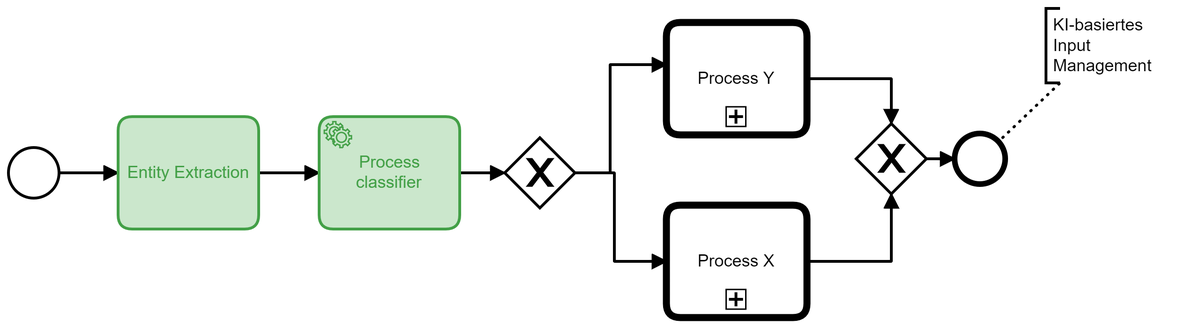
This is models/process-choice.png from viadee/bpmn.ai-patterns, a BPMN export, as it was before one commit. Its source is kept beside it as models/process-choice.bpmn. Ids are renumbered.
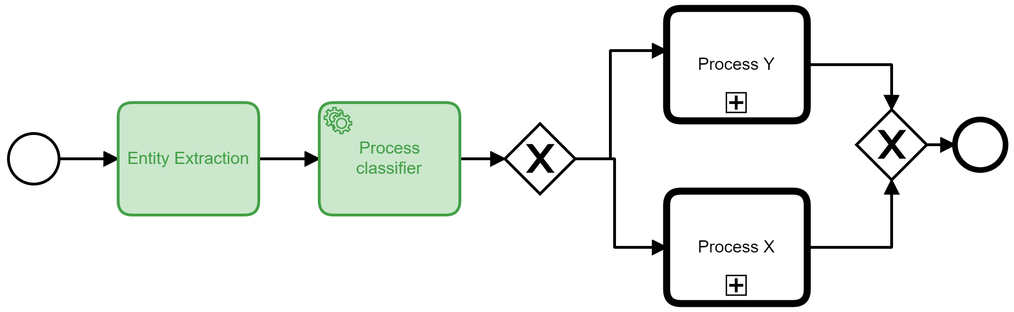
Later version of the same file.

Diff of the diagram source:
```diff
@@ -40,27 +40,28 @@
     <bpmn:sequenceFlow id="Flow_n13" sourceRef="Activity_n12" targetRef="Gateway_n18" />
     <bpmn:sequenceFlow id="Flow_n15" sourceRef="Activity_n14" targetRef="Gateway_n18" />
     <bpmn:sequenceFlow id="Flow_n17" sourceRef="Gateway_n18" targetRef="Event_n16" />
-    <bpmn:textAnnotation id="TextAnnotation_n19">
-      <bpmn:text>KI-basiertes Input Management</bpmn:text>
-    </bpmn:textAnnotation>
-    <bpmn:association id="Association_n20" sourceRef="Event_n16" targetRef="TextAnnotation_n19" />
   </bpmn:process>
   <bpmndi:BPMNDiagram id="BPMNDiagram_1">
     <bpmndi:BPMNPlane id="BPMNPlane_1" bpmnElement="Process_n2">
-      <bpmndi:BPMNShape id="TextAnnotation_n19_di" bpmnElement="TextAnnotation_n19">
-        <dc:Bounds x="920" y="83" width="100" height="53" />
-      </bpmndi:BPMNShape>
-      <bpmndi:BPMNEdge id="Flow_n4_di" bpmnElement="Flow_n4">
-        <di:waypoint x="218" y="200" />
-        <di:waypoint x="260" y="200" />
+      <bpmndi:BPMNEdge id="Flow_n17_di" bpmnElement="Flow_n17">
+        <di:waypoint x="835" y="190" />
+        <di:waypoint x="855" y="190" />
       </bpmndi:BPMNEdge>
-      <bpmndi:BPMNEdge id="Flow_n5_di" bpmnElement="Flow_n5">
-        <di:waypoint x="360" y="200" />
-        <di:waypoint x="403" y="200" />
+      <bpmndi:BPMNEdge id="Flow_n15_di" bpmnElement="Flow_n15">
+        <di:waypoint x="750" y="133" />
+        <di:waypoint x="810" y="133" />
+        <di:waypoint x="810" y="165" />
       </bpmndi:BPMNEdge>
-      <bpmndi:BPMNEdge id="Flow_n7_di" bpmnElement="Flow_n7">
-        <di:waypoint x="503" y="200" />
-        <di:waypoint x="535" y="200" />
+      <bpmndi:BPMNEdge id="Flow_n13_di" bpmnElement="Flow_n13">
+        <di:waypoint x="750" y="263" />
+        <di:waypoint x="810" y="263" />
+        <di:waypoint x="810" y="215" />
+      </bpmndi:BPMNEdge>
+      <bpmndi:BPMNEdge id="Flow_n11_di" bpmnElement="Flow_n11">
+        <di:waypoint x="585" y="200" />
+        <di:waypoint x="610" y="200" />
+        <di:waypoint x="610" y="123" />
+        <di:waypoint x="650" y="123" />
       </bpmndi:BPMNEdge>
       <bpmndi:BPMNEdge id="Flow_n10_di" bpmnElement="Flow_n10">
         <di:waypoint x="585" y="200" />
@@ -68,25 +69,17 @@
         <di:waypoint x="613" y="263" />
         <di:waypoint x="650" y="263" />
       </bpmndi:BPMNEdge>
-      <bpmndi:BPMNEdge id="Flow_n11_di" bpmnElement="Flow_n11">
-        <di:waypoint x="585" y="200" />
-        <di:waypoint x="610" y="200" />
-        <di:waypoint x="610" y="123" />
-        <di:waypoint x="650" y="123" />
+      <bpmndi:BPMNEdge id="Flow_n7_di" bpmnElement="Flow_n7">
+        <di:waypoint x="503" y="200" />
+        <di:waypoint x="535" y="200" />
       </bpmndi:BPMNEdge>
-      <bpmndi:BPMNEdge id="Flow_n13_di" bpmnElement="Flow_n13">
-        <di:waypoint x="750" y="263" />
-        <di:waypoint x="810" y="263" />
-        <di:waypoint x="810" y="215" />
+      <bpmndi:BPMNEdge id="Flow_n5_di" bpmnElement="Flow_n5">
+        <di:waypoint x="360" y="200" />
+        <di:waypoint x="403" y="200" />
       </bpmndi:BPMNEdge>
-      <bpmndi:BPMNEdge id="Flow_n15_di" bpmnElement="Flow_n15">
-        <di:waypoint x="750" y="133" />
-        <di:waypoint x="810" y="133" />
-        <di:waypoint x="810" y="165" />
-      </bpmndi:BPMNEdge>
-      <bpmndi:BPMNEdge id="Flow_n17_di" bpmnElement="Flow_n17">
-        <di:waypoint x="835" y="190" />
-        <di:waypoint x="855" y="190" />
+      <bpmndi:BPMNEdge id="Flow_n4_di" bpmnElement="Flow_n4">
+        <di:waypoint x="218" y="200" />
+        <di:waypoint x="260" y="200" />
       </bpmndi:BPMNEdge>
       <bpmndi:BPMNShape id="Activity_n3_di" bpmnElement="Activity_n3" bioc:stroke="rgb(67, 160, 71)" bioc:fill="rgb(200, 230, 201)">
         <dc:Bounds x="260" y="160" width="100" height="80" />
@@ -112,10 +105,6 @@
       <bpmndi:BPMNShape id="Gateway_n18_di" bpmnElement="Gateway_n18" isMarkerVisible="true">
         <dc:Bounds x="785" y="165" width="50" height="50" />
       </bpmndi:BPMNShape>
-      <bpmndi:BPMNEdge id="Association_n20_di" bpmnElement="Association_n20">
-        <di:waypoint x="886" y="178" />
-        <di:waypoint x="930" y="136" />
-      </bpmndi:BPMNEdge>
     </bpmndi:BPMNPlane>
   </bpmndi:BPMNDiagram>
 </bpmn:definitions>
```
